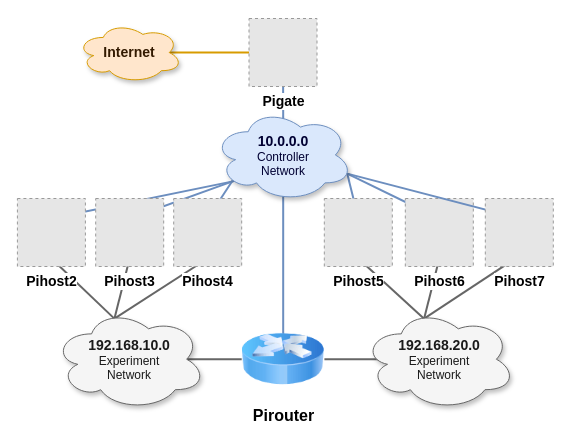
Before: testbed/pi3_cluster/manual/images/network_topology.drawio in hikikones/DABE, a draw.io diagram. Source tidied: cells renumbered, new cells numbered last; positions are measured from the earlier drawing's top-left corner, leaving out a move shared by most shapes. Both pictures are drawn from the tidied source at 100%, with x=0, y=0 at pixel (17, 18). Pictures stored in the file or linked from it are replaced by grey dashed boxes.
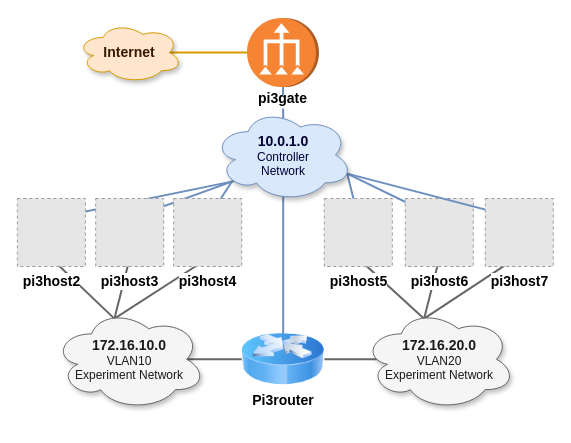
The same page after the edit.

Unchanged cells that the change refers to:
```xml
<mxCell id="30" value="&lt;div align=&quot;center&quot;&gt;&lt;font color=&quot;#331A00&quot;&gt;&lt;b&gt;&lt;font style=&quot;font-size: 14px&quot;&gt;Internet&lt;/font&gt;&lt;/b&gt;&lt;/font&gt;&lt;/div&gt;" style="ellipse;shape=cloud;whiteSpace=wrap;html=1;align=center;fillColor=#ffe6cc;strokeColor=#d79b00;shadow=1;" parent="1" vertex="1">
  <mxGeometry x="59.4" y="3.8" width="105.5" height="60.5" as="geometry" />
</mxCell>
```

Diff of the diagram source:
```diff
@@
-    <mxCell id="4" style="edgeStyle=none;rounded=0;jettySize=auto;html=1;entryX=0.501;entryY=0.323;entryDx=0;entryDy=0;entryPerimeter=0;endArrow=none;endFill=0;strokeWidth=2;fillColor=#dae8fc;strokeColor=#6c8ebf;exitX=0.502;exitY=0.735;exitDx=0;exitDy=0;exitPerimeter=0;" parent="1" edge="1" source="29" target="27">
+    <mxCell id="4" style="edgeStyle=none;rounded=0;jettySize=auto;html=1;entryX=0.501;entryY=0.323;entryDx=0;entryDy=0;entryPerimeter=0;endArrow=none;endFill=0;strokeWidth=2;fillColor=#dae8fc;strokeColor=#6c8ebf;exitX=0.502;exitY=0.735;exitDx=0;exitDy=0;exitPerimeter=0;" parent="1" edge="1" source="32" target="27">
       <mxGeometry relative="1" as="geometry" />
     </mxCell>
@@
-    <mxCell id="7" value="&lt;div style=&quot;font-size: 14px&quot; align=&quot;center&quot;&gt;&lt;font style=&quot;font-size: 14px&quot;&gt;&lt;b&gt;&lt;font style=&quot;font-size: 14px&quot;&gt;Pihost2&lt;/font&gt;&lt;/b&gt;&lt;/font&gt;&lt;/div&gt;" style="fillColor=#E6E6E6;strokeColor=#999999;dashed=1;html=1;verticalAlign=top;verticalLabelPosition=bottom;labelBackgroundColor=#ffffff;align=center;" parent="1" vertex="1">
+    <mxCell id="7" value="&lt;div style=&quot;font-size: 14px&quot; align=&quot;center&quot;&gt;&lt;font style=&quot;font-size: 14px&quot;&gt;&lt;b&gt;&lt;font style=&quot;font-size: 14px&quot;&gt;pi3host2&lt;/font&gt;&lt;/b&gt;&lt;/font&gt;&lt;/div&gt;" style="fillColor=#E6E6E6;strokeColor=#999999;dashed=1;html=1;verticalAlign=top;verticalLabelPosition=bottom;labelBackgroundColor=#ffffff;align=center;" parent="1" vertex="1">
       <mxGeometry x="-0.1" y="180" width="68" height="68" as="geometry" />
     </mxCell>
@@
-    <mxCell id="9" value="&lt;div&gt;&lt;font style=&quot;font-size: 14px&quot; color=&quot;#1A1A1A&quot;&gt;&lt;b&gt;&lt;font style=&quot;font-size: 14px&quot;&gt;192.168.10.0&lt;/font&gt;&lt;/b&gt;&lt;/font&gt;&lt;/div&gt;&lt;div&gt;&lt;font color=&quot;#1A1A1A&quot;&gt;Experiment&lt;/font&gt;&lt;/div&gt;&lt;div&gt;&lt;font color=&quot;#1A1A1A&quot;&gt;Network&lt;br&gt;&lt;/font&gt;&lt;/div&gt;" style="ellipse;shape=cloud;whiteSpace=wrap;html=1;shadow=1;fillColor=#f5f5f5;strokeColor=#666666;fontColor=#333333;" parent="1" vertex="1">
+    <mxCell id="9" value="&lt;div&gt;&lt;font style=&quot;font-size: 14px&quot; color=&quot;#1A1A1A&quot;&gt;&lt;b&gt;&lt;font style=&quot;font-size: 14px&quot;&gt;172.16.10.0&lt;/font&gt;&lt;/b&gt;&lt;/font&gt;&lt;/div&gt;&lt;div&gt;&lt;font color=&quot;#1A1A1A&quot;&gt;VLAN10&lt;/font&gt;&lt;/div&gt;&lt;div&gt;&lt;font color=&quot;#1A1A1A&quot;&gt;Experiment Network&lt;br&gt;&lt;/font&gt;&lt;/div&gt;" style="ellipse;shape=cloud;whiteSpace=wrap;html=1;shadow=1;fillColor=#f5f5f5;strokeColor=#666666;fontColor=#333333;" parent="1" vertex="1">
       <mxGeometry x="36" y="290" width="152.2" height="101.5" as="geometry" />
     </mxCell>
@@
-    <mxCell id="11" value="&lt;font style=&quot;font-size: 14px&quot;&gt;&lt;b&gt;&lt;font style=&quot;font-size: 14px&quot;&gt;Pihost3&lt;/font&gt;&lt;/b&gt;&lt;/font&gt;" style="fillColor=#E6E6E6;strokeColor=#999999;dashed=1;html=1;verticalAlign=top;verticalLabelPosition=bottom;labelBackgroundColor=#ffffff;" parent="1" vertex="1">
+    <mxCell id="11" value="&lt;font style=&quot;font-size: 14px&quot;&gt;&lt;b&gt;&lt;font style=&quot;font-size: 14px&quot;&gt;pi3host3&lt;/font&gt;&lt;/b&gt;&lt;/font&gt;" style="fillColor=#E6E6E6;strokeColor=#999999;dashed=1;html=1;verticalAlign=top;verticalLabelPosition=bottom;labelBackgroundColor=#ffffff;" parent="1" vertex="1">
       <mxGeometry x="78.2" y="180" width="68" height="68" as="geometry" />
     </mxCell>
@@
-    <mxCell id="13" value="&lt;div style=&quot;font-size: 14px&quot;&gt;&lt;font style=&quot;font-size: 14px&quot;&gt;&lt;b&gt;&lt;font style=&quot;font-size: 14px&quot;&gt;Pihost4&lt;/font&gt;&lt;/b&gt;&lt;/font&gt;&lt;/div&gt;" style="fillColor=#E6E6E6;strokeColor=#999999;dashed=1;html=1;verticalAlign=top;verticalLabelPosition=bottom;labelBackgroundColor=#ffffff;" parent="1" vertex="1">
+    <mxCell id="13" value="&lt;div style=&quot;font-size: 14px&quot;&gt;&lt;font style=&quot;font-size: 14px&quot;&gt;&lt;b&gt;&lt;font style=&quot;font-size: 14px&quot;&gt;pi3host4&lt;/font&gt;&lt;/b&gt;&lt;/font&gt;&lt;/div&gt;" style="fillColor=#E6E6E6;strokeColor=#999999;dashed=1;html=1;verticalAlign=top;verticalLabelPosition=bottom;labelBackgroundColor=#ffffff;" parent="1" vertex="1">
       <mxGeometry x="156.2" y="180" width="68" height="68" as="geometry" />
     </mxCell>
@@
-    <mxCell id="16" value="&lt;b&gt;&lt;font style=&quot;font-size: 16px&quot;&gt;Pirouter&lt;/font&gt;&lt;/b&gt;" style="image;html=1;labelBackgroundColor=#ffffff;image=img/lib/clip_art/networking/Router_Icon_128x128.png;" parent="1" vertex="1">
+    <mxCell id="16" style="image;html=1;labelBackgroundColor=#ffffff;image=img/lib/clip_art/networking/Router_Icon_128x128.png;" parent="1" vertex="1">
       <mxGeometry x="224.2" y="300.8" width="82.7" height="80" as="geometry" />
     </mxCell>
@@
-    <mxCell id="19" value="&lt;div style=&quot;font-size: 14px&quot; align=&quot;center&quot;&gt;&lt;font style=&quot;font-size: 14px&quot;&gt;&lt;b&gt;&lt;font style=&quot;font-size: 14px&quot;&gt;Pihost5&lt;/font&gt;&lt;/b&gt;&lt;/font&gt;&lt;/div&gt;" style="fillColor=#E6E6E6;strokeColor=#999999;dashed=1;html=1;verticalAlign=top;verticalLabelPosition=bottom;labelBackgroundColor=#ffffff;align=center;" parent="1" vertex="1">
+    <mxCell id="19" value="&lt;div style=&quot;font-size: 14px&quot; align=&quot;center&quot;&gt;&lt;font style=&quot;font-size: 14px&quot;&gt;&lt;b&gt;&lt;font style=&quot;font-size: 14px&quot;&gt;pi3host5&lt;/font&gt;&lt;/b&gt;&lt;/font&gt;&lt;/div&gt;" style="fillColor=#E6E6E6;strokeColor=#999999;dashed=1;html=1;verticalAlign=top;verticalLabelPosition=bottom;labelBackgroundColor=#ffffff;align=center;" parent="1" vertex="1">
       <mxGeometry x="306.8" y="180" width="68" height="68" as="geometry" />
     </mxCell>
@@
-    <mxCell id="22" value="&lt;font style=&quot;font-size: 14px&quot;&gt;&lt;b&gt;&lt;font style=&quot;font-size: 14px&quot;&gt;Pihost6&lt;/font&gt;&lt;/b&gt;&lt;/font&gt;" style="fillColor=#E6E6E6;strokeColor=#999999;dashed=1;html=1;verticalAlign=top;verticalLabelPosition=bottom;labelBackgroundColor=#ffffff;" parent="1" vertex="1">
+    <mxCell id="22" value="&lt;font style=&quot;font-size: 14px&quot;&gt;&lt;b&gt;&lt;font style=&quot;font-size: 14px&quot;&gt;pi3host6&lt;/font&gt;&lt;/b&gt;&lt;/font&gt;" style="fillColor=#E6E6E6;strokeColor=#999999;dashed=1;html=1;verticalAlign=top;verticalLabelPosition=bottom;labelBackgroundColor=#ffffff;" parent="1" vertex="1">
       <mxGeometry x="387.8" y="180" width="68" height="68" as="geometry" />
     </mxCell>
@@
-    <mxCell id="25" value="&lt;div style=&quot;font-size: 14px&quot;&gt;&lt;font style=&quot;font-size: 14px&quot;&gt;&lt;b&gt;&lt;font style=&quot;font-size: 14px&quot;&gt;Pihost7&lt;/font&gt;&lt;/b&gt;&lt;/font&gt;&lt;/div&gt;" style="fillColor=#E6E6E6;strokeColor=#999999;dashed=1;html=1;verticalAlign=top;verticalLabelPosition=bottom;labelBackgroundColor=#ffffff;" parent="1" vertex="1">
+    <mxCell id="25" value="&lt;div style=&quot;font-size: 14px&quot;&gt;&lt;font style=&quot;font-size: 14px&quot;&gt;&lt;b&gt;&lt;font style=&quot;font-size: 14px&quot;&gt;pi3host7&lt;/font&gt;&lt;/b&gt;&lt;/font&gt;&lt;/div&gt;" style="fillColor=#E6E6E6;strokeColor=#999999;dashed=1;html=1;verticalAlign=top;verticalLabelPosition=bottom;labelBackgroundColor=#ffffff;" parent="1" vertex="1">
       <mxGeometry x="467.8" y="180" width="68" height="68" as="geometry" />
     </mxCell>
-    <mxCell id="26" value="&lt;div&gt;&lt;font style=&quot;font-size: 14px&quot; color=&quot;#1A1A1A&quot;&gt;&lt;b&gt;&lt;font style=&quot;font-size: 14px&quot;&gt;192.168.20.0&lt;/font&gt;&lt;/b&gt;&lt;/font&gt;&lt;/div&gt;&lt;div&gt;&lt;font color=&quot;#1A1A1A&quot;&gt;Experiment&lt;/font&gt;&lt;/div&gt;&lt;div&gt;&lt;font color=&quot;#1A1A1A&quot;&gt;Network&lt;br&gt;&lt;/font&gt;&lt;/div&gt;" style="ellipse;shape=cloud;whiteSpace=wrap;html=1;fillColor=#f5f5f5;strokeColor=#666666;fontColor=#333333;shadow=1;" parent="1" vertex="1">
+    <mxCell id="26" value="&lt;div&gt;&lt;font style=&quot;font-size: 14px&quot; color=&quot;#1A1A1A&quot;&gt;&lt;b&gt;&lt;font style=&quot;font-size: 14px&quot;&gt;172.16.20.0&lt;/font&gt;&lt;/b&gt;&lt;/font&gt;&lt;/div&gt;&lt;div&gt;&lt;font color=&quot;#1A1A1A&quot;&gt;VLAN20&lt;br&gt;&lt;/font&gt;&lt;/div&gt;&lt;div&gt;&lt;font color=&quot;#1A1A1A&quot;&gt;Experiment Network&lt;br&gt;&lt;/font&gt;&lt;/div&gt;" style="ellipse;shape=cloud;whiteSpace=wrap;html=1;fillColor=#f5f5f5;strokeColor=#666666;fontColor=#333333;shadow=1;" parent="1" vertex="1">
       <mxGeometry x="345.7" y="290" width="152.2" height="101.5" as="geometry" />
     </mxCell>
-    <mxCell id="27" value="&lt;div&gt;&lt;font style=&quot;font-size: 14px&quot; color=&quot;#000033&quot;&gt;&lt;b&gt;&lt;font style=&quot;font-size: 14px&quot;&gt;10.0.0.0&lt;/font&gt;&lt;/b&gt;&lt;/font&gt;&lt;/div&gt;&lt;div&gt;&lt;font color=&quot;#000033&quot;&gt;Controller&lt;/font&gt;&lt;/div&gt;&lt;div&gt;&lt;font color=&quot;#000033&quot;&gt;Network&lt;br&gt;&lt;/font&gt;&lt;/div&gt;" style="ellipse;shape=cloud;whiteSpace=wrap;html=1;fillColor=#dae8fc;strokeColor=#6c8ebf;shadow=1;fontColor=#010103;labelBorderColor=none;" parent="1" vertex="1">
+    <mxCell id="27" value="&lt;div&gt;&lt;font style=&quot;font-size: 14px&quot; color=&quot;#000033&quot;&gt;&lt;b&gt;&lt;font style=&quot;font-size: 14px&quot;&gt;10.0.1.0&lt;/font&gt;&lt;/b&gt;&lt;/font&gt;&lt;/div&gt;&lt;div&gt;&lt;font color=&quot;#000033&quot;&gt;Controller&lt;/font&gt;&lt;/div&gt;&lt;div&gt;&lt;font color=&quot;#000033&quot;&gt;Network&lt;br&gt;&lt;/font&gt;&lt;/div&gt;" style="ellipse;shape=cloud;whiteSpace=wrap;html=1;fillColor=#dae8fc;strokeColor=#6c8ebf;shadow=1;fontColor=#010103;labelBorderColor=none;" parent="1" vertex="1">
       <mxGeometry x="195.8" y="90" width="139.5" height="93" as="geometry" />
     </mxCell>
-    <mxCell id="28" style="edgeStyle=none;rounded=0;jettySize=auto;html=1;exitX=0.316;exitY=0.5;exitDx=0;exitDy=0;entryX=0.875;entryY=0.5;entryDx=0;entryDy=0;entryPerimeter=0;endArrow=none;endFill=0;strokeWidth=2;fillColor=#ffe6cc;strokeColor=#d79b00;exitPerimeter=0;" parent="1" edge="1" source="29" target="30">
-      <mxGeometry relative="1" as="geometry" />
+    <mxCell id="28" style="edgeStyle=none;rounded=0;jettySize=auto;html=1;exitX=0.316;exitY=0.5;exitDx=0;exitDy=0;entryX=0.875;entryY=0.5;entryDx=0;entryDy=0;entryPerimeter=0;endArrow=none;endFill=0;strokeWidth=2;fillColor=#ffe6cc;strokeColor=#d79b00;exitPerimeter=0;" parent="1" edge="1" target="30">
+      <mxGeometry relative="1" as="geometry">
+        <mxPoint x="253" y="34" as="sourcePoint" />
+      </mxGeometry>
     </mxCell>
-    <mxCell id="29" value="&lt;b&gt;&lt;font style=&quot;font-size: 14px&quot;&gt;Pigate&lt;/font&gt;&lt;/b&gt;" style="fillColor=#E6E6E6;strokeColor=#999999;dashed=1;html=1;verticalAlign=top;verticalLabelPosition=bottom;labelBackgroundColor=#ffffff;" parent="1" vertex="1">
-      <mxGeometry x="231.5" width="68" height="68" as="geometry" />
-    </mxCell>
@@
+    <mxCell id="31" value="&lt;div&gt;&lt;font style=&quot;font-size: 14px&quot;&gt;&lt;b&gt;Pi3router&lt;/b&gt;&lt;/font&gt;&lt;/div&gt;" style="text;html=1;strokeColor=none;fillColor=#ffffff;align=center;verticalAlign=middle;whiteSpace=wrap;rounded=0;" parent="1" vertex="1">
+      <mxGeometry x="226.8" y="371.5" width="77.5" height="20" as="geometry" />
+    </mxCell>
+    <mxCell id="32" value="&lt;font style=&quot;font-size: 14px&quot;&gt;&lt;b&gt;pi3gate&lt;/b&gt;&lt;/font&gt;" style="text;html=1;align=center;verticalAlign=middle;whiteSpace=wrap;rounded=0;fillColor=#ffffff;" parent="1" vertex="1">
+      <mxGeometry x="228" y="70" width="75" height="20" as="geometry" />
+    </mxCell>
+    <mxCell id="33" style="edgeStyle=none;rounded=0;jettySize=auto;html=1;entryX=0.501;entryY=0.323;entryDx=0;entryDy=0;entryPerimeter=0;endArrow=none;endFill=0;strokeWidth=2;fillColor=#dae8fc;strokeColor=#6c8ebf;exitX=0.502;exitY=0.735;exitDx=0;exitDy=0;exitPerimeter=0;" parent="1" edge="1" target="32">
+      <mxGeometry relative="1" as="geometry">
+        <mxPoint x="265.6" y="50" as="sourcePoint" />
+      </mxGeometry>
+    </mxCell>
+    <mxCell id="34" style="dashed=0;verticalLabelPosition=top;verticalAlign=bottom;align=center;html=1;shape=mxgraph.aws3.vpc_nat_gateway;fillColor=#F58534;gradientColor=none;rotation=-90;labelPosition=center;direction=east;" parent="1" vertex="1">
+      <mxGeometry x="231" y="-2" width="69" height="72" as="geometry" />
+    </mxCell>
```
